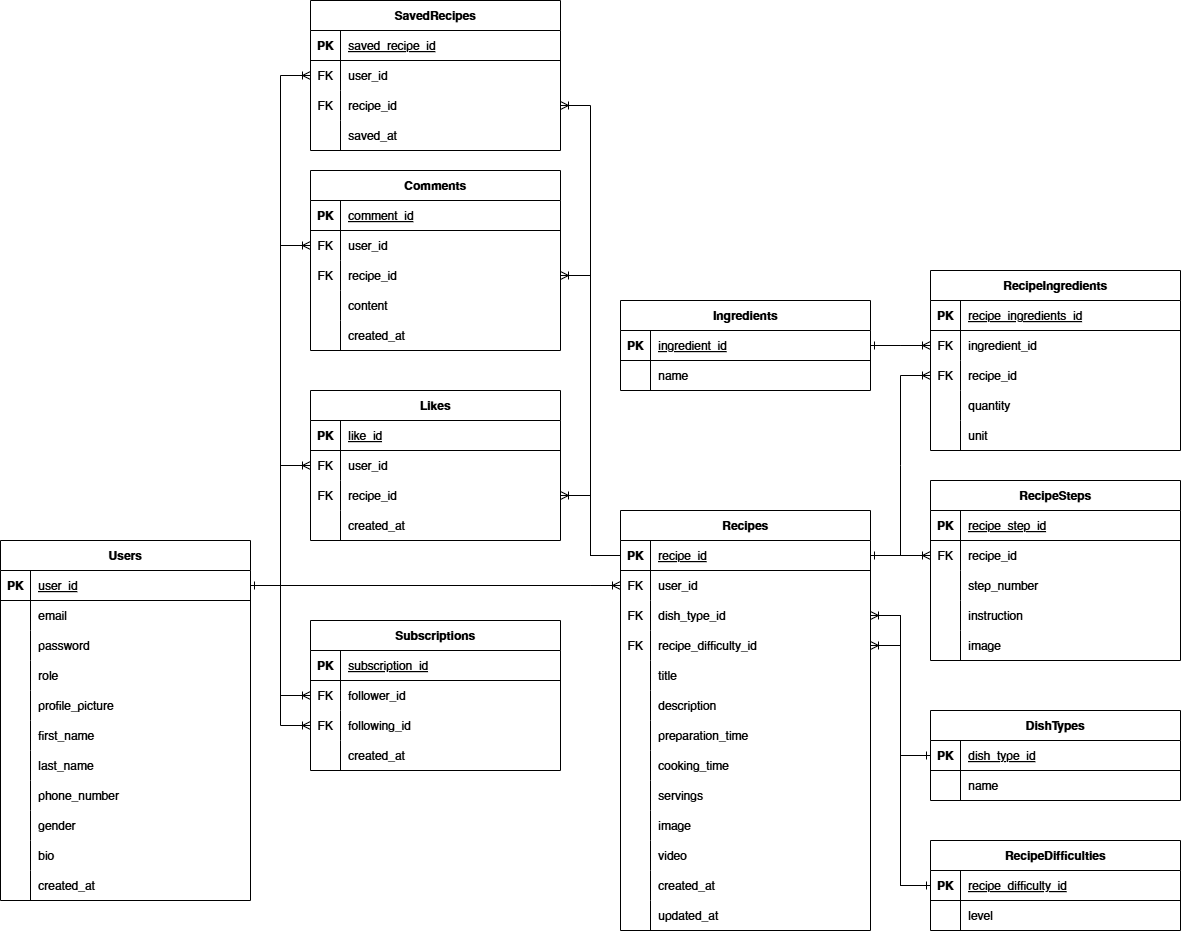
Earlier version of the draw.io export БР1.2/Кузнецов Артур/homeworks/hw1/Схема БД.png (stefphf/ITMO-ACS-Backend-2025). Source tidied: cells renumbered, new cells last; positions are measured from the earlier drawing's top-left corner, leaving out a move shared by most shapes.
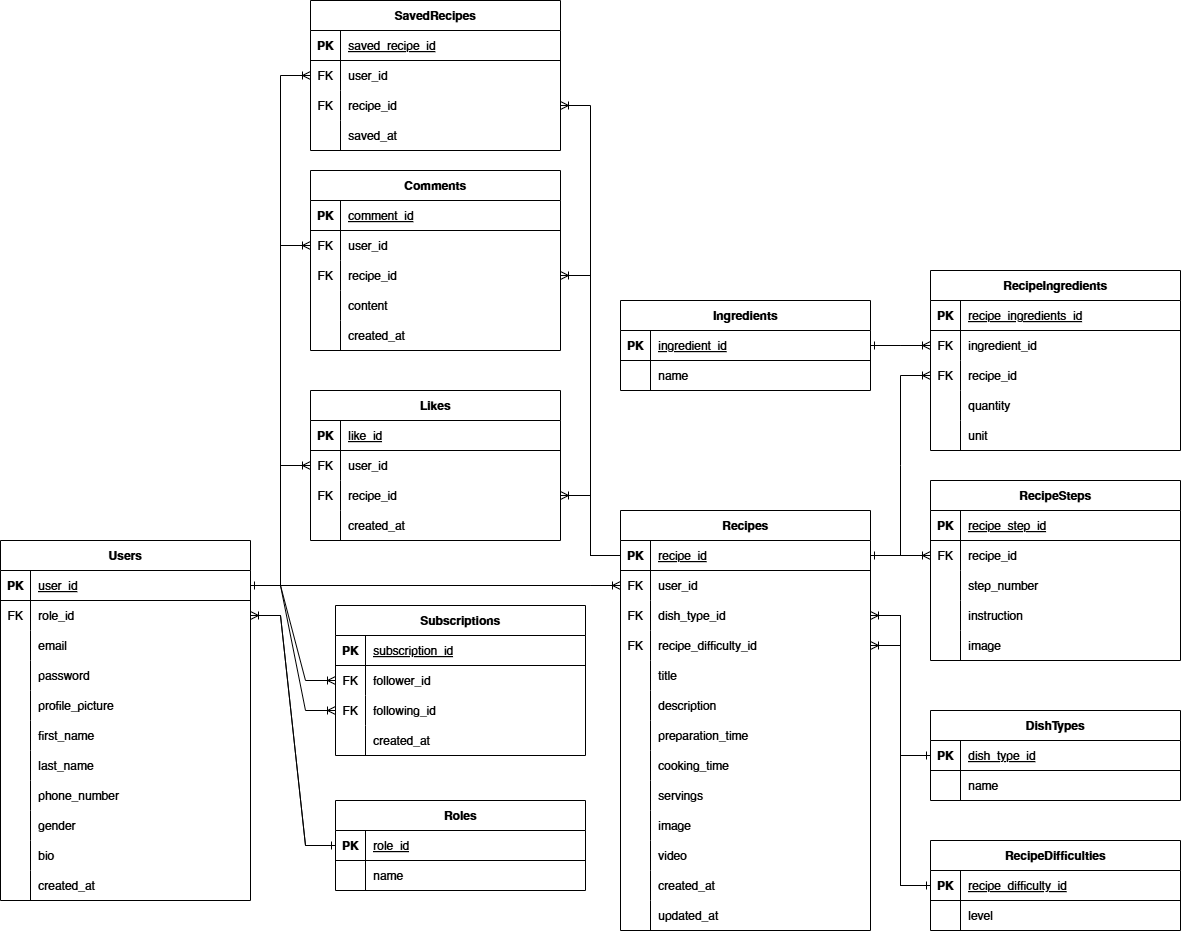
After the commit.

Commit message:
feat: add table for roles

Change to the diagram source:
```diff
@@ -17,10 +17,10 @@
     <mxCell id="6" style="shape=partialRectangle;fillColor=none;points=[[0,0.5],[1,0.5]];portConstraint=eastwest;top=0;left=0;right=0;bottom=0;" parent="2" vertex="1">
       <mxGeometry y="60" width="250" height="30" as="geometry" />
     </mxCell>
-    <mxCell id="7" style="shape=partialRectangle;overflow=hidden;fillColor=none;top=0;left=0;bottom=0;right=0;" parent="6" vertex="1">
+    <mxCell id="7" value="FK" style="shape=partialRectangle;overflow=hidden;fillColor=none;top=0;left=0;bottom=0;right=0;" parent="6" vertex="1">
       <mxGeometry width="30" height="30" as="geometry" />
     </mxCell>
-    <mxCell id="8" value="email" style="shape=partialRectangle;overflow=hidden;fillColor=none;top=0;left=0;bottom=0;right=0;align=left;spacingLeft=6;" parent="6" vertex="1">
+    <mxCell id="8" value="role_id" style="shape=partialRectangle;overflow=hidden;fillColor=none;top=0;left=0;bottom=0;right=0;align=left;spacingLeft=6;" parent="6" vertex="1">
       <mxGeometry x="30" width="220" height="30" as="geometry" />
     </mxCell>
     <mxCell id="9" style="shape=partialRectangle;fillColor=none;top=0;left=0;right=0;bottom=0;" parent="2" vertex="1">
@@ -29,7 +29,7 @@
     <mxCell id="10" style="shape=partialRectangle;overflow=hidden;fillColor=none;top=0;left=0;bottom=0;right=0;" parent="9" vertex="1">
       <mxGeometry width="30" height="30" as="geometry" />
     </mxCell>
-    <mxCell id="11" value="password" style="shape=partialRectangle;overflow=hidden;fillColor=none;top=0;left=0;bottom=0;right=0;align=left;spacingLeft=6;" parent="9" vertex="1">
+    <mxCell id="11" value="email" style="shape=partialRectangle;overflow=hidden;fillColor=none;top=0;left=0;bottom=0;right=0;align=left;spacingLeft=6;" parent="9" vertex="1">
       <mxGeometry x="30" width="220" height="30" as="geometry" />
     </mxCell>
     <mxCell id="12" style="shape=partialRectangle;fillColor=none;top=0;left=0;right=0;bottom=0;" parent="2" vertex="1">
@@ -38,7 +38,7 @@
     <mxCell id="13" style="shape=partialRectangle;overflow=hidden;fillColor=none;top=0;left=0;bottom=0;right=0;" parent="12" vertex="1">
       <mxGeometry width="30" height="30" as="geometry" />
     </mxCell>
-    <mxCell id="14" value="role" style="shape=partialRectangle;overflow=hidden;fillColor=none;top=0;left=0;bottom=0;right=0;align=left;spacingLeft=6;" parent="12" vertex="1">
+    <mxCell id="14" value="password" style="shape=partialRectangle;overflow=hidden;fillColor=none;top=0;left=0;bottom=0;right=0;align=left;spacingLeft=6;" parent="12" vertex="1">
       <mxGeometry x="30" width="220" height="30" as="geometry" />
     </mxCell>
     <mxCell id="15" style="shape=partialRectangle;fillColor=none;top=0;left=0;right=0;bottom=0;" parent="2" vertex="1">
@@ -462,7 +462,7 @@
       <mxGeometry x="30" width="220" height="30" as="geometry" />
     </mxCell>
     <mxCell id="155" value="Subscriptions" style="shape=table;startSize=30;rowLines=0;fontStyle=1;align=center;" parent="1" vertex="1">
-      <mxGeometry x="310" y="620" width="250" height="150" as="geometry" />
+      <mxGeometry x="335" y="605" width="250" height="150" as="geometry" />
     </mxCell>
     <mxCell id="156" style="shape=partialRectangle;fillColor=none;top=0;left=0;right=0;bottom=1;" parent="155" vertex="1">
       <mxGeometry y="30" width="250" height="30" as="geometry" />
@@ -560,9 +560,6 @@
     <mxCell id="187" style="edgeStyle=entityRelationEdgeStyle;fontSize=12;html=1;endArrow=ERoneToMany;rounded=0;entryX=1;entryY=0.5;entryDx=0;entryDy=0;exitX=0;exitY=0.5;exitDx=0;exitDy=0;" parent="1" edge="1" source="77" target="46">
       <mxGeometry relative="1" as="geometry" />
     </mxCell>
-    <mxCell id="188" style="edgeStyle=entityRelationEdgeStyle;fontSize=12;html=1;endArrow=ERoneToMany;rounded=0;exitX=0;exitY=0.5;exitDx=0;exitDy=0;entryX=1;entryY=0.5;entryDx=0;entryDy=0;" parent="1" edge="1" source="111" target="x">
-      <mxGeometry relative="1" as="geometry" />
-    </mxCell>
     <mxCell id="189" style="edgeStyle=entityRelationEdgeStyle;fontSize=12;html=1;endArrow=ERoneToMany;rounded=0;exitX=1;exitY=0.5;exitDx=0;exitDy=0;entryX=0;entryY=0.5;entryDx=0;entryDy=0;" parent="1" edge="1" source="37" target="172">
       <mxGeometry relative="1" as="geometry" />
     </mxCell>
@@ -608,5 +605,40 @@
     <mxCell id="203" style="edgeStyle=entityRelationEdgeStyle;fontSize=12;html=1;endArrow=ERoneToMany;rounded=0;exitX=1;exitY=0.5;exitDx=0;exitDy=0;entryX=0;entryY=0.5;entryDx=0;entryDy=0;" parent="1" edge="1" source="37" target="117">
       <mxGeometry relative="1" as="geometry" />
     </mxCell>
+    <mxCell id="204" value="Roles" style="shape=table;startSize=30;rowLines=0;fontStyle=1;align=center;" parent="1" vertex="1">
+      <mxGeometry x="335" y="800" width="250" height="90" as="geometry" />
+    </mxCell>
+    <mxCell id="205" style="shape=partialRectangle;fillColor=none;points=[[0,0.5],[1,0.5]];portConstraint=eastwest;top=0;left=0;right=0;bottom=1;" parent="204" vertex="1">
+      <mxGeometry y="30" width="250" height="30" as="geometry" />
+    </mxCell>
+    <mxCell id="206" value="PK" style="shape=partialRectangle;overflow=hidden;fillColor=none;top=0;left=0;bottom=0;right=0;fontStyle=1;" parent="205" vertex="1">
+      <mxGeometry width="30" height="30" as="geometry" />
+    </mxCell>
+    <mxCell id="207" value="role_id" style="shape=partialRectangle;overflow=hidden;fillColor=none;top=0;left=0;bottom=0;right=0;align=left;spacingLeft=6;fontStyle=4;" parent="205" vertex="1">
+      <mxGeometry x="30" width="220" height="30" as="geometry" />
+    </mxCell>
+    <mxCell id="208" style="shape=partialRectangle;fillColor=none;top=0;left=0;right=0;bottom=0;" parent="204" vertex="1">
+      <mxGeometry y="60" width="250" height="30" as="geometry" />
+    </mxCell>
+    <mxCell id="209" style="shape=partialRectangle;overflow=hidden;fillColor=none;top=0;left=0;bottom=0;right=0;" parent="208" vertex="1">
+      <mxGeometry width="30" height="30" as="geometry" />
+    </mxCell>
+    <mxCell id="210" value="name" style="shape=partialRectangle;overflow=hidden;fillColor=none;top=0;left=0;bottom=0;right=0;align=left;spacingLeft=6;" parent="208" vertex="1">
+      <mxGeometry x="30" width="220" height="30" as="geometry" />
+    </mxCell>
+    <mxCell id="211" style="edgeStyle=entityRelationEdgeStyle;fontSize=12;html=1;endArrow=ERoneToMany;rounded=0;exitX=0;exitY=0.5;exitDx=0;exitDy=0;entryX=1;entryY=0.5;entryDx=0;entryDy=0;" parent="1" edge="1" source="205" target="6">
+      <mxGeometry relative="1" as="geometry">
+        <Array as="points">
+          <mxPoint x="265" y="575" />
+        </Array>
+      </mxGeometry>
+    </mxCell>
+    <mxCell id="212" style="edgeStyle=entityRelationEdgeStyle;fontSize=12;html=1;endArrow=ERone;endFill=1;rounded=0;entryX=0;entryY=0.5;entryDx=0;entryDy=0;exitX=1;exitY=0.5;exitDx=0;exitDy=0;" parent="1" edge="1" source="6" target="205">
+      <mxGeometry relative="1" as="geometry">
+        <Array as="points">
+          <mxPoint x="345" y="865" />
+        </Array>
+      </mxGeometry>
+    </mxCell>
   </root>
 </mxGraphModel>
```
